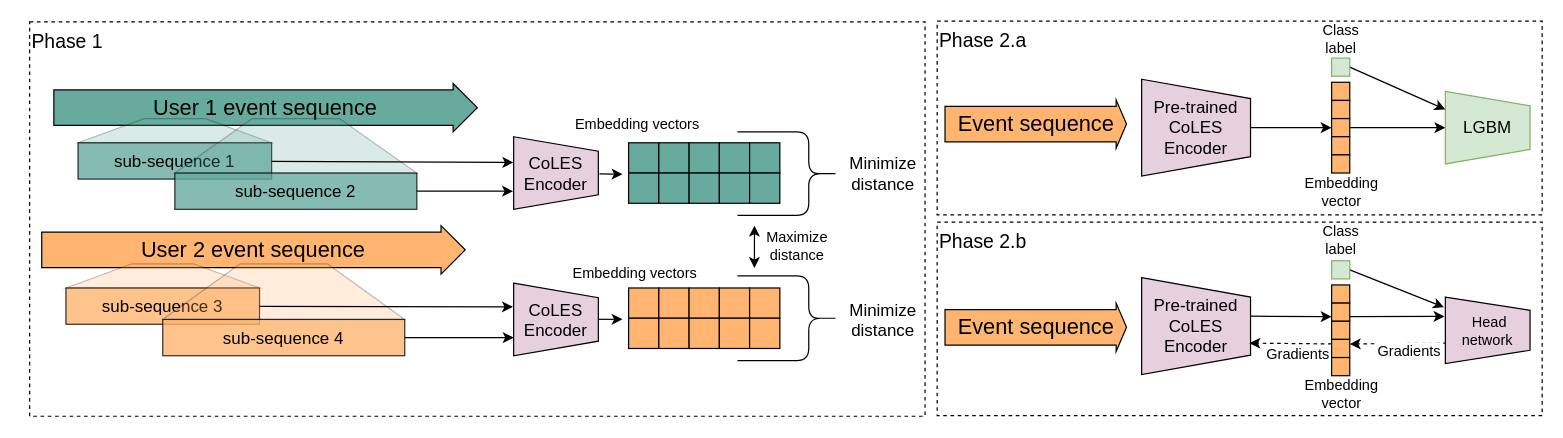
Earlier version of the draw.io diagram figures/CoLES.drawio (dllllb/coles-paper-txt). Source tidied: cells renumbered, new cells numbered last; positions are measured from the earlier drawing's top-left corner, leaving out a move shared by most shapes. Both pictures are drawn from the tidied source at 121%, with x=0, y=0 at pixel (29, 21).
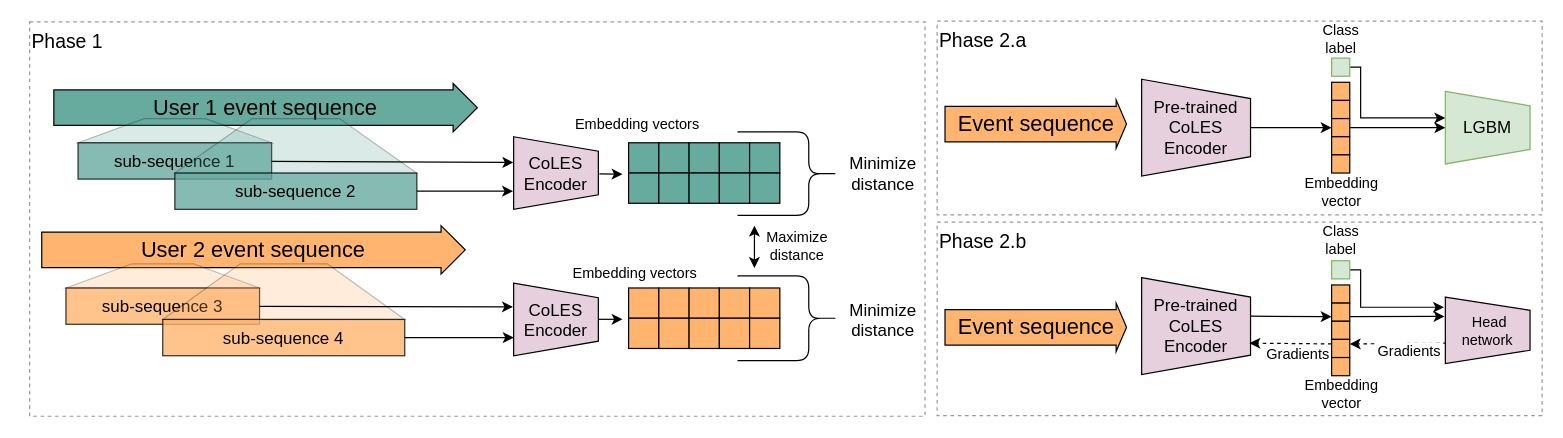
After the change.

Unchanged cells that the change refers to:
```xml
<mxCell id="56" value="&lt;span style=&quot;font-size: 12px;&quot;&gt;&amp;nbsp;Head&lt;br style=&quot;font-size: 12px;&quot;&gt;network&lt;br style=&quot;font-size: 12px;&quot;&gt;&lt;/span&gt;" style="shape=trapezoid;perimeter=trapezoidPerimeter;whiteSpace=wrap;html=1;fillColor=#E6D0DE;direction=south;fontSize=12;" parent="1" vertex="1">
  <mxGeometry x="1170" y="228" width="70" height="55" as="geometry" />
</mxCell>
<mxCell id="63" value="&lt;span style=&quot;font-size: 14px&quot;&gt;LGBM&lt;/span&gt;" style="shape=trapezoid;perimeter=trapezoidPerimeter;whiteSpace=wrap;html=1;fillColor=#d5e8d4;direction=south;strokeColor=#82b366;" parent="1" vertex="1">
  <mxGeometry x="1170" y="58" width="70" height="60" as="geometry" />
</mxCell>
<mxCell id="68" style="whiteSpace=wrap;html=1;fillColor=#d5e8d4;rotation=90;direction=south;strokeColor=#82b366;" parent="1" vertex="1">
  <mxGeometry x="1076" y="198" width="15" height="15" as="geometry" />
</mxCell>
<mxCell id="78" style="whiteSpace=wrap;html=1;fillColor=#d5e8d4;rotation=90;direction=south;strokeColor=#82b366;" parent="1" vertex="1">
  <mxGeometry x="1076" y="30.5" width="15" height="15" as="geometry" />
</mxCell>
```

The edit, as a diff of the source:
```diff
@@
-    <mxCell id="2" value="Phase 2.a" style="rounded=0;whiteSpace=wrap;html=1;dashed=1;fillColor=none;fontSize=16;align=left;verticalAlign=top;" parent="1" vertex="1">
+    <mxCell id="2" value="Phase 2.a" style="rounded=0;whiteSpace=wrap;html=1;dashed=1;fillColor=none;fontSize=16;align=left;verticalAlign=top;strokeColor=#999999;" parent="1" vertex="1">
       <mxGeometry x="750" width="500" height="160" as="geometry" />
     </mxCell>
-    <mxCell id="3" value="Phase 2.b" style="rounded=0;whiteSpace=wrap;html=1;fillColor=none;fontSize=16;align=left;verticalAlign=top;dashed=1;" parent="1" vertex="1">
+    <mxCell id="3" value="Phase 2.b" style="rounded=0;whiteSpace=wrap;html=1;fillColor=none;fontSize=16;align=left;verticalAlign=top;dashed=1;strokeColor=#999999;" parent="1" vertex="1">
       <mxGeometry x="750" y="166" width="500" height="160" as="geometry" />
     </mxCell>
-    <mxCell id="4" value="Phase 1" style="rounded=0;whiteSpace=wrap;html=1;fontSize=16;fillColor=none;verticalAlign=top;align=left;dashed=1;" parent="1" vertex="1">
+    <mxCell id="4" value="Phase 1" style="rounded=0;whiteSpace=wrap;html=1;fontSize=16;fillColor=none;verticalAlign=top;align=left;dashed=1;strokeColor=#999999;" parent="1" vertex="1">
       <mxGeometry y="0.5" width="740" height="326" as="geometry" />
     </mxCell>
@@
-    <mxCell id="66" style="edgeStyle=none;rounded=0;jettySize=auto;html=1;exitX=0;exitY=0.5;exitDx=0;exitDy=0;entryX=0.153;entryY=1.016;entryDx=0;entryDy=0;entryPerimeter=0;" parent="1" edge="1" source="68" target="56">
-      <mxGeometry relative="1" as="geometry" />
+    <mxCell id="66" style="edgeStyle=orthogonalEdgeStyle;rounded=0;jettySize=auto;html=1;exitX=0;exitY=0.5;exitDx=0;exitDy=0;entryX=0.153;entryY=1.016;entryDx=0;entryDy=0;entryPerimeter=0;" parent="1" edge="1" source="68" target="56">
+      <mxGeometry relative="1" as="geometry">
+        <Array as="points">
+          <mxPoint x="1100" y="206" />
+          <mxPoint x="1100" y="236" />
+        </Array>
+      </mxGeometry>
     </mxCell>
@@
-    <mxCell id="77" style="edgeStyle=none;rounded=0;jettySize=auto;html=1;exitX=0;exitY=0.5;exitDx=0;exitDy=0;entryX=0.25;entryY=1;entryDx=0;entryDy=0;fontSize=10;" parent="1" edge="1" source="78" target="63">
-      <mxGeometry relative="1" as="geometry" />
+    <mxCell id="77" style="edgeStyle=orthogonalEdgeStyle;rounded=0;jettySize=auto;html=1;exitX=0;exitY=0.5;exitDx=0;exitDy=0;fontSize=10;" parent="1" edge="1" source="78">
+      <mxGeometry relative="1" as="geometry">
+        <mxPoint x="1170" y="80" as="targetPoint" />
+        <Array as="points">
+          <mxPoint x="1100" y="38" />
+          <mxPoint x="1100" y="80" />
+          <mxPoint x="1170" y="80" />
+        </Array>
+      </mxGeometry>
     </mxCell>
```
